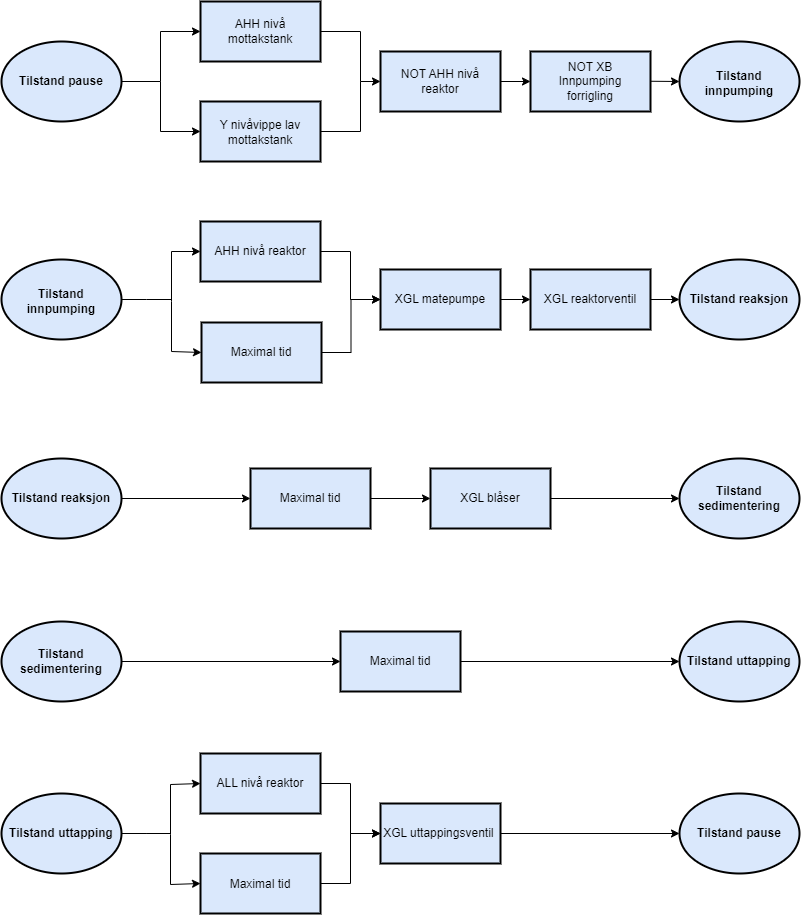
Above: Latex1/Figurar/Tilstandsovergang.drawio.png in PeterSkaar/RA200-Bachelor (draw.io), before the change. Source tidied: cells renumbered, new cells last; positions are measured from the earlier drawing's top-left corner, leaving out a move shared by most shapes.
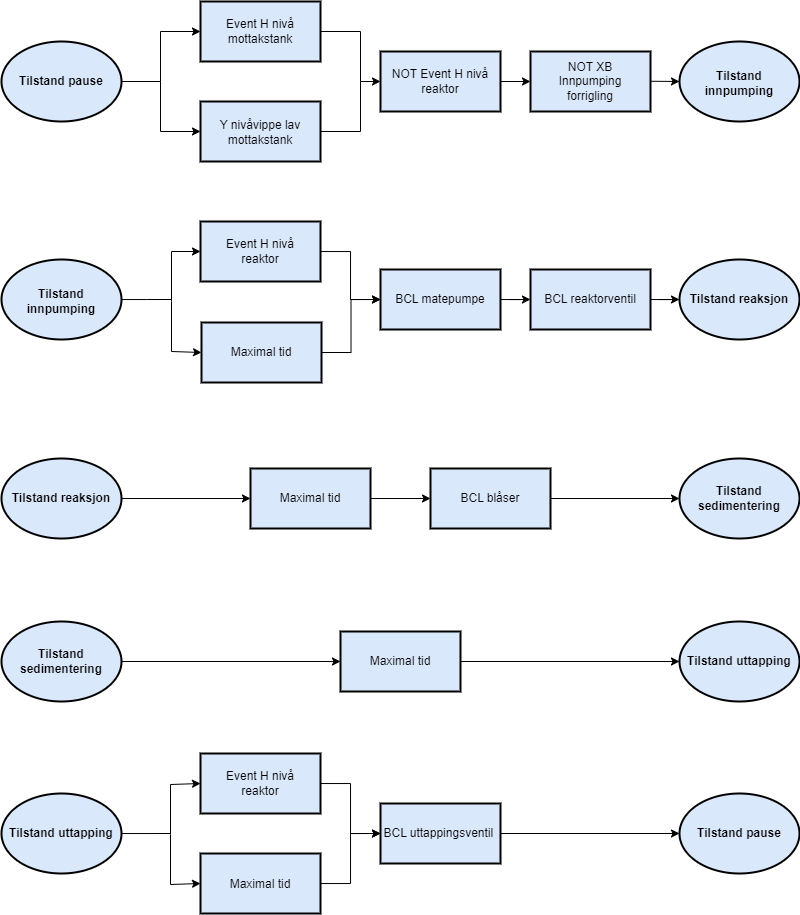
The same file after the commit.

Change to the diagram source:
```diff
@@ -43,13 +43,13 @@
         <mxPoint x="499" y="80" as="sourcePoint" />
       </mxGeometry>
     </mxCell>
-    <mxCell id="10" value="AHH nivå mottakstank" style="text;html=1;align=center;verticalAlign=middle;whiteSpace=wrap;rounded=0;" parent="1" vertex="1">
+    <mxCell id="10" value="Event H nivå mottakstank" style="text;html=1;align=center;verticalAlign=middle;whiteSpace=wrap;rounded=0;" parent="1" vertex="1">
       <mxGeometry x="209" y="15" width="100" height="30" as="geometry" />
     </mxCell>
     <mxCell id="11" value="Y nivåvippe lav mottakstank" style="text;html=1;align=center;verticalAlign=middle;whiteSpace=wrap;rounded=0;" parent="1" vertex="1">
       <mxGeometry x="209" y="116" width="100" height="30" as="geometry" />
     </mxCell>
-    <mxCell id="12" value="NOT AHH nivå reaktor" style="text;html=1;align=center;verticalAlign=middle;whiteSpace=wrap;rounded=0;" parent="1" vertex="1">
+    <mxCell id="12" value="NOT Event H nivå reaktor" style="text;html=1;align=center;verticalAlign=middle;whiteSpace=wrap;rounded=0;" parent="1" vertex="1">
       <mxGeometry x="389" y="65" width="100" height="30" as="geometry" />
     </mxCell>
     <mxCell id="13" style="endArrow=classic;html=1;rounded=0;endFill=1;entryX=0;entryY=0.5;entryDx=0;entryDy=0;" parent="1" edge="1" target="18">
@@ -102,7 +102,7 @@
     <mxCell id="24" style="rounded=0;whiteSpace=wrap;html=1;strokeWidth=2;fillColor=#dae8fc;strokeColor=#000000;" parent="1" vertex="1">
       <mxGeometry x="200" y="321" width="120" height="60" as="geometry" />
     </mxCell>
-    <mxCell id="25" value="AHH nivå reaktor" style="text;html=1;align=center;verticalAlign=middle;whiteSpace=wrap;rounded=0;" parent="1" vertex="1">
+    <mxCell id="25" value="Event H nivå reaktor" style="text;html=1;align=center;verticalAlign=middle;whiteSpace=wrap;rounded=0;" parent="1" vertex="1">
       <mxGeometry x="209" y="235" width="100" height="30" as="geometry" />
     </mxCell>
     <mxCell id="26" value="Maximal tid" style="text;html=1;align=center;verticalAlign=middle;whiteSpace=wrap;rounded=0;" parent="1" vertex="1">
@@ -127,13 +127,13 @@
     <mxCell id="29" style="edgeStyle=orthogonalEdgeStyle;rounded=0;jettySize=auto;html=1;entryX=0;entryY=0.5;entryDx=0;entryDy=0;" parent="1" edge="1" source="30" target="32">
       <mxGeometry relative="1" as="geometry" />
     </mxCell>
-    <mxCell id="30" value="XGL matepumpe" style="rounded=0;whiteSpace=wrap;html=1;strokeWidth=2;fillColor=#dae8fc;strokeColor=#000000;" parent="1" vertex="1">
+    <mxCell id="30" value="BCL matepumpe" style="rounded=0;whiteSpace=wrap;html=1;strokeWidth=2;fillColor=#dae8fc;strokeColor=#000000;" parent="1" vertex="1">
       <mxGeometry x="379" y="268" width="120" height="60" as="geometry" />
     </mxCell>
     <mxCell id="31" style="edgeStyle=orthogonalEdgeStyle;rounded=0;jettySize=auto;html=1;entryX=0;entryY=0.5;entryDx=0;entryDy=0;" parent="1" edge="1" source="32" target="33">
       <mxGeometry relative="1" as="geometry" />
     </mxCell>
-    <mxCell id="32" value="XGL reaktorventil" style="rounded=0;whiteSpace=wrap;html=1;strokeWidth=2;fillColor=#dae8fc;strokeColor=#000000;" parent="1" vertex="1">
+    <mxCell id="32" value="BCL reaktorventil" style="rounded=0;whiteSpace=wrap;html=1;strokeWidth=2;fillColor=#dae8fc;strokeColor=#000000;" parent="1" vertex="1">
       <mxGeometry x="529" y="268" width="120" height="60" as="geometry" />
     </mxCell>
     <mxCell id="33" value="Tilstand reaksjon" style="ellipse;whiteSpace=wrap;html=1;fillColor=#dae8fc;strokeColor=#000000;strokeWidth=2;fontStyle=1;" parent="1" vertex="1">
@@ -154,7 +154,7 @@
     <mxCell id="38" style="edgeStyle=orthogonalEdgeStyle;rounded=0;jettySize=auto;html=1;entryX=0;entryY=0.5;entryDx=0;entryDy=0;" parent="1" edge="1" source="39" target="40">
       <mxGeometry relative="1" as="geometry" />
     </mxCell>
-    <mxCell id="39" value="XGL blåser" style="rounded=0;whiteSpace=wrap;html=1;strokeWidth=2;fillColor=#dae8fc;strokeColor=#000000;" parent="1" vertex="1">
+    <mxCell id="39" value="BCL blåser" style="rounded=0;whiteSpace=wrap;html=1;strokeWidth=2;fillColor=#dae8fc;strokeColor=#000000;" parent="1" vertex="1">
       <mxGeometry x="429" y="467" width="120" height="60" as="geometry" />
     </mxCell>
     <mxCell id="40" value="Tilstand sedimentering" style="ellipse;whiteSpace=wrap;html=1;fillColor=#dae8fc;strokeColor=#000000;strokeWidth=2;fontStyle=1;" parent="1" vertex="1">
@@ -195,7 +195,7 @@
     <mxCell id="51" style="rounded=0;whiteSpace=wrap;html=1;strokeWidth=2;fillColor=#dae8fc;strokeColor=#000000;" parent="1" vertex="1">
       <mxGeometry x="199" y="852" width="120" height="60" as="geometry" />
     </mxCell>
-    <mxCell id="52" value="ALL nivå reaktor" style="text;html=1;align=center;verticalAlign=middle;whiteSpace=wrap;rounded=0;" parent="1" vertex="1">
+    <mxCell id="52" value="Event H nivå reaktor" style="text;html=1;align=center;verticalAlign=middle;whiteSpace=wrap;rounded=0;" parent="1" vertex="1">
       <mxGeometry x="209" y="767" width="100" height="30" as="geometry" />
     </mxCell>
     <mxCell id="53" value="Maximal tid" style="text;html=1;align=center;verticalAlign=middle;whiteSpace=wrap;rounded=0;" parent="1" vertex="1">
@@ -220,7 +220,7 @@
     <mxCell id="56" style="edgeStyle=orthogonalEdgeStyle;rounded=0;jettySize=auto;html=1;entryX=0;entryY=0.5;entryDx=0;entryDy=0;" parent="1" edge="1" source="57" target="58">
       <mxGeometry relative="1" as="geometry" />
     </mxCell>
-    <mxCell id="57" value="XGL uttappingsventil&amp;nbsp;" style="rounded=0;whiteSpace=wrap;html=1;strokeWidth=2;fillColor=#dae8fc;strokeColor=#000000;" parent="1" vertex="1">
+    <mxCell id="57" value="BCL uttappingsventil&amp;nbsp;" style="rounded=0;whiteSpace=wrap;html=1;strokeWidth=2;fillColor=#dae8fc;strokeColor=#000000;" parent="1" vertex="1">
       <mxGeometry x="379" y="802" width="120" height="60" as="geometry" />
     </mxCell>
     <mxCell id="58" value="Tilstand pause" style="ellipse;whiteSpace=wrap;html=1;fillColor=#dae8fc;strokeColor=#000000;strokeWidth=2;fontStyle=1;" parent="1" vertex="1">
```
